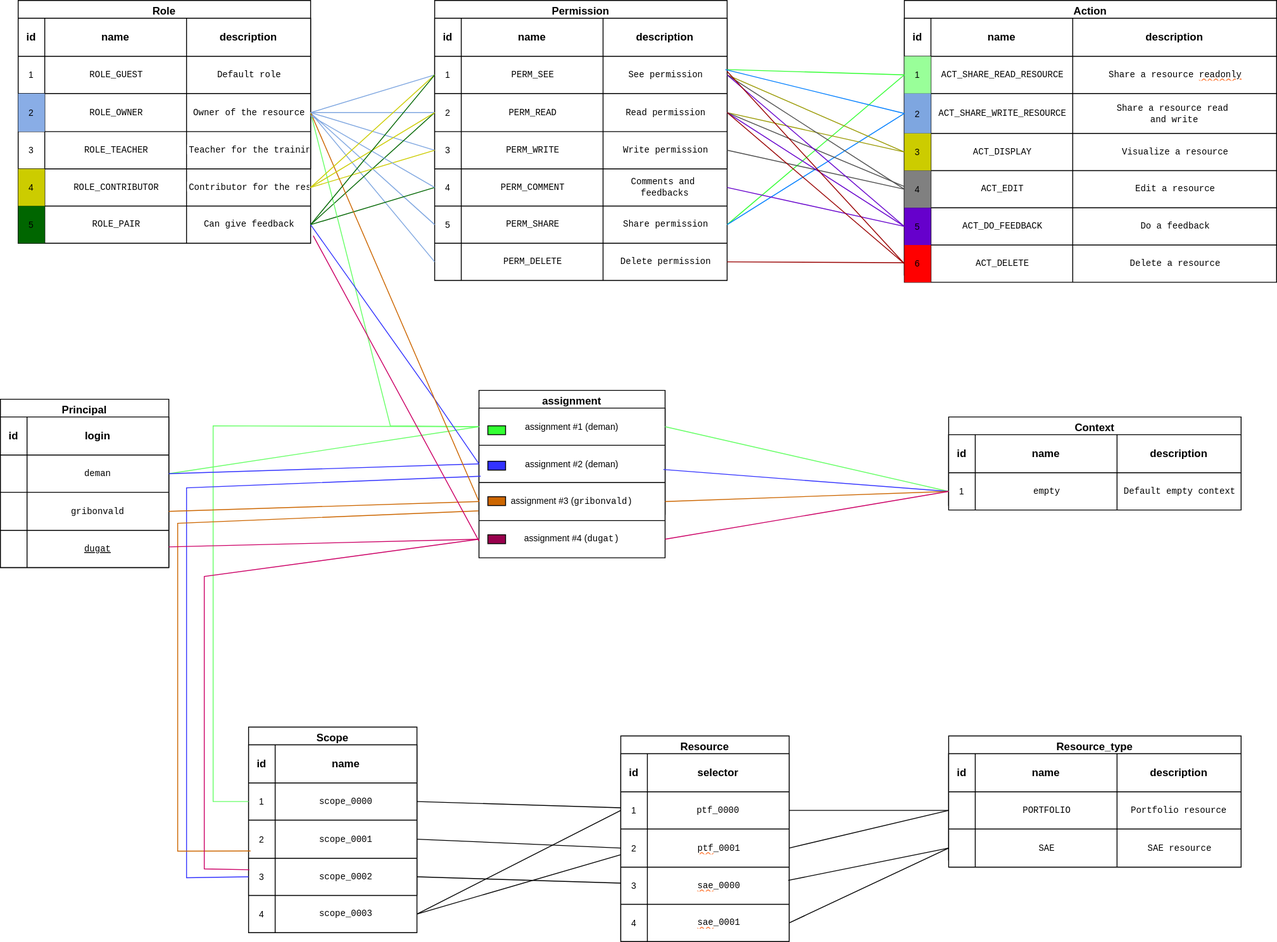
This is assets/images/access_control_fixtures.svg from avenirs-esr/dev-doc, a draw.io export, as it was before one commit. Source tidied: cells renumbered, new cells last; positions are measured from the earlier drawing's top-left corner, leaving out a move shared by most shapes.
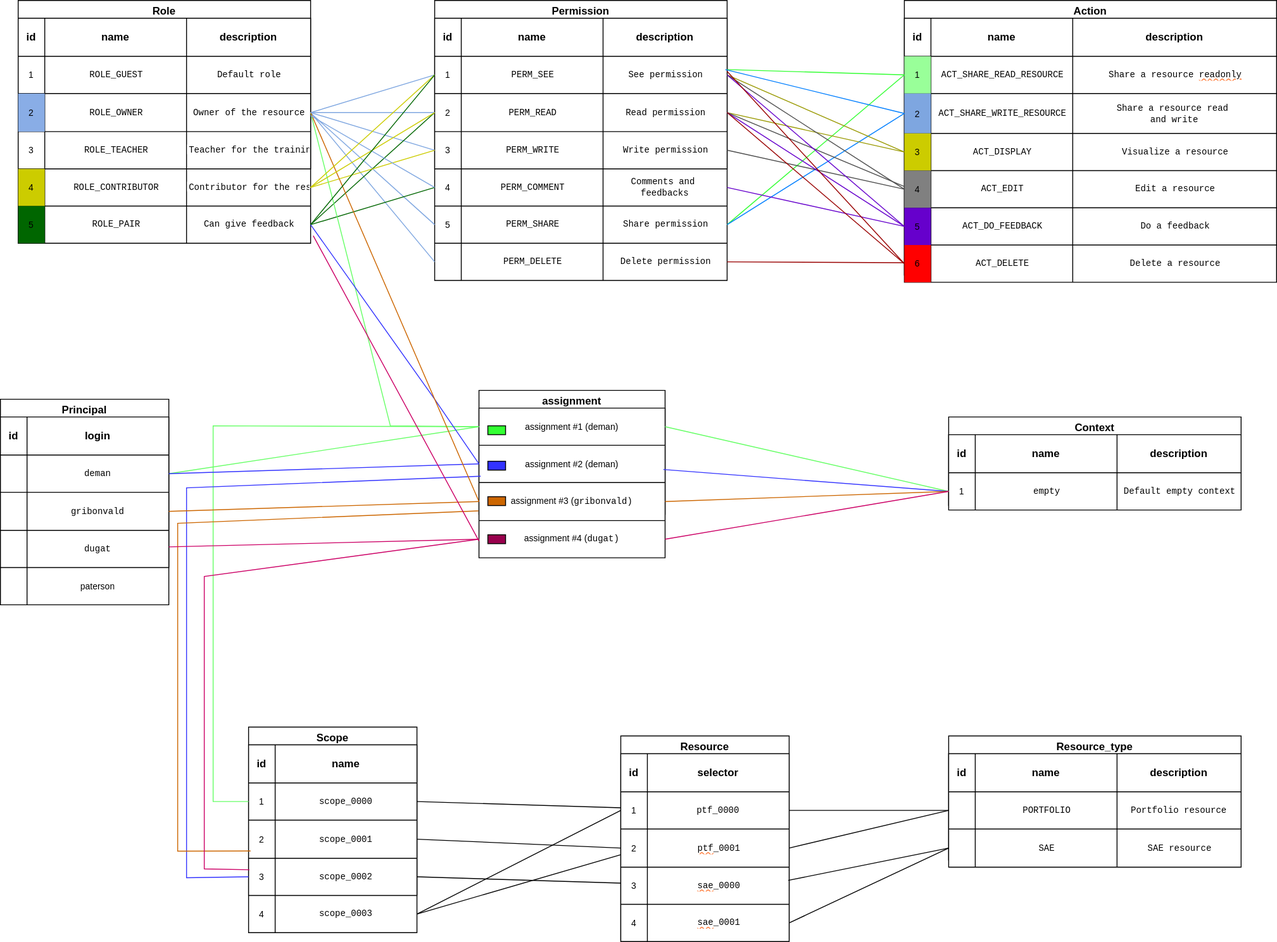
After the change.

Commit message:
docs: fixtures diagram

What changed in the source:
```diff
@@ -506,7 +506,7 @@
       <mxGeometry y="450" width="190" height="190" as="geometry" />
     </mxCell>
     <mxCell id="169" style="shape=table;startSize=0;" parent="168" vertex="1">
-      <mxGeometry y="20" width="190" height="170" as="geometry" />
+      <mxGeometry y="20" width="190" height="212" as="geometry" />
     </mxCell>
     <mxCell id="170" style="shape=tableRow;horizontal=0;startSize=0;swimlaneHead=0;swimlaneBody=0;strokeColor=inherit;top=0;left=0;bottom=0;right=0;fillColor=none;" parent="169" vertex="1">
       <mxGeometry width="190" height="43" as="geometry" />
@@ -541,9 +541,18 @@
     <mxCell id="180" style="shape=partialRectangle;html=1;whiteSpace=wrap;strokeColor=inherit;overflow=hidden;fillColor=none;top=0;left=0;bottom=0;right=0;fontSize=10;" parent="179" vertex="1">
       <mxGeometry width="30" height="42" as="geometry" />
     </mxCell>
-    <mxCell id="181" value="&lt;font face=&quot;monospace&quot;&gt;&lt;span style=&quot;white-space: pre; background-color: rgb(255, 255, 255);&quot;&gt;&lt;u&gt;dugat&lt;/u&gt;&lt;/span&gt;&lt;/font&gt;" style="shape=partialRectangle;html=1;whiteSpace=wrap;strokeColor=inherit;overflow=hidden;fillColor=none;top=0;left=0;bottom=0;right=0;fontSize=10;" parent="179" vertex="1">
+    <mxCell id="181" value="&lt;font face=&quot;monospace&quot;&gt;&lt;span style=&quot;white-space: pre; background-color: rgb(255, 255, 255);&quot;&gt;dugat&lt;/span&gt;&lt;/font&gt;" style="shape=partialRectangle;html=1;whiteSpace=wrap;strokeColor=inherit;overflow=hidden;fillColor=none;top=0;left=0;bottom=0;right=0;fontSize=10;" parent="179" vertex="1">
       <mxGeometry x="30" width="160" height="42" as="geometry" />
     </mxCell>
+    <mxCell id="226" style="shape=tableRow;horizontal=0;startSize=0;swimlaneHead=0;swimlaneBody=0;strokeColor=inherit;top=0;left=0;bottom=0;right=0;fillColor=none;" parent="169" vertex="1">
+      <mxGeometry y="170" width="190" height="42" as="geometry" />
+    </mxCell>
+    <mxCell id="227" style="shape=partialRectangle;html=1;whiteSpace=wrap;strokeColor=inherit;overflow=hidden;fillColor=none;top=0;left=0;bottom=0;right=0;fontSize=10;" parent="226" vertex="1">
+      <mxGeometry width="30" height="42" as="geometry" />
+    </mxCell>
+    <mxCell id="228" value="paterson" style="shape=partialRectangle;html=1;whiteSpace=wrap;strokeColor=inherit;overflow=hidden;fillColor=none;top=0;left=0;bottom=0;right=0;fontSize=10;" parent="226" vertex="1">
+      <mxGeometry x="30" width="160" height="42" as="geometry" />
+    </mxCell>
     <mxCell id="182" value="assignment" style="swimlane;" parent="1" vertex="1">
       <mxGeometry x="540" y="440" width="210" height="140" as="geometry" />
     </mxCell>
```
